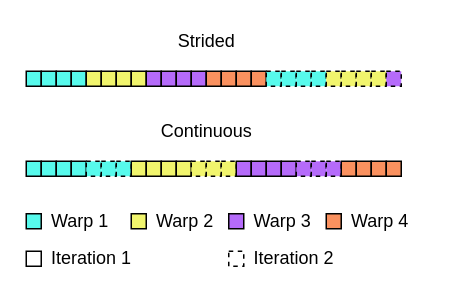
The draw.io diagram page "SharedMemLoading" (6 of 9) of en/img/warp_per_shift.drawio in MK4H/DPText, before the edit. Source tidied: cells renumbered, new cells numbered last; positions are measured from the earlier drawing's top-left corner, leaving out a move shared by most shapes. Both pictures are drawn from the tidied source at 150%, with x=0, y=0 at pixel (26, 26).
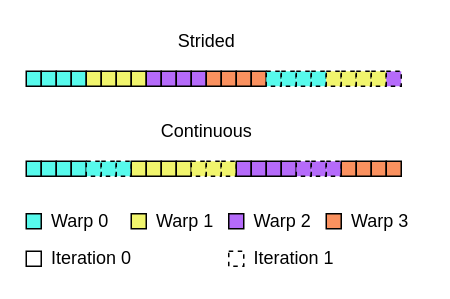
Above is the later version.

What changed in the source:
```diff
@@
-    <mxCell id="53" value="Warp 1" style="text;html=1;align=left;verticalAlign=middle;strokeColor=none;fillColor=none;" parent="1" vertex="1">
+    <mxCell id="53" value="Warp 0" style="text;html=1;align=left;verticalAlign=middle;strokeColor=none;fillColor=none;" parent="1" vertex="1">
       <mxGeometry x="15" y="120" width="50" height="20" as="geometry" />
     </mxCell>
@@
-    <mxCell id="55" value="Warp 2" style="text;html=1;align=left;verticalAlign=middle;strokeColor=none;fillColor=none;" parent="1" vertex="1">
+    <mxCell id="55" value="Warp 1" style="text;html=1;align=left;verticalAlign=middle;strokeColor=none;fillColor=none;" parent="1" vertex="1">
       <mxGeometry x="85" y="120" width="50" height="20" as="geometry" />
     </mxCell>
@@
-    <mxCell id="57" value="Warp 3" style="text;html=1;align=left;verticalAlign=middle;strokeColor=none;fillColor=none;" parent="1" vertex="1">
+    <mxCell id="57" value="Warp 2" style="text;html=1;align=left;verticalAlign=middle;strokeColor=none;fillColor=none;" parent="1" vertex="1">
       <mxGeometry x="150" y="120" width="50" height="20" as="geometry" />
     </mxCell>
@@
-    <mxCell id="59" value="Warp 4" style="text;html=1;align=left;verticalAlign=middle;strokeColor=none;fillColor=none;" parent="1" vertex="1">
+    <mxCell id="59" value="Warp 3" style="text;html=1;align=left;verticalAlign=middle;strokeColor=none;fillColor=none;" parent="1" vertex="1">
       <mxGeometry x="215" y="120" width="50" height="20" as="geometry" />
     </mxCell>
@@
-    <mxCell id="61" value="Iteration 1" style="text;html=1;align=left;verticalAlign=middle;strokeColor=none;fillColor=none;" parent="1" vertex="1">
+    <mxCell id="61" value="Iteration 0" style="text;html=1;align=left;verticalAlign=middle;strokeColor=none;fillColor=none;" parent="1" vertex="1">
       <mxGeometry x="15" y="145" width="70" height="20" as="geometry" />
     </mxCell>
@@
-    <mxCell id="63" value="Iteration 2" style="text;html=1;align=left;verticalAlign=middle;strokeColor=none;fillColor=none;" parent="1" vertex="1">
+    <mxCell id="63" value="Iteration 1" style="text;html=1;align=left;verticalAlign=middle;strokeColor=none;fillColor=none;" parent="1" vertex="1">
       <mxGeometry x="150" y="145" width="70" height="20" as="geometry" />
     </mxCell>
```
